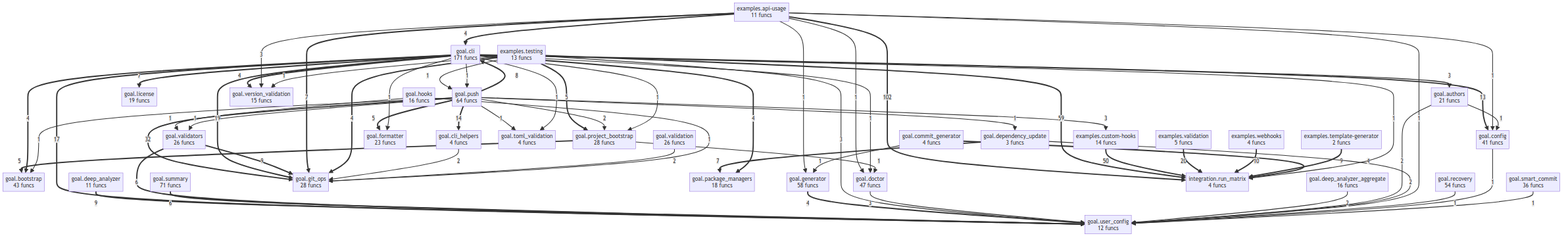
semcod/goal keeps this Mermaid diagram as project/compact_flow.png. Above is the earlier version. Its source is kept beside it as project/compact_flow.mmd.
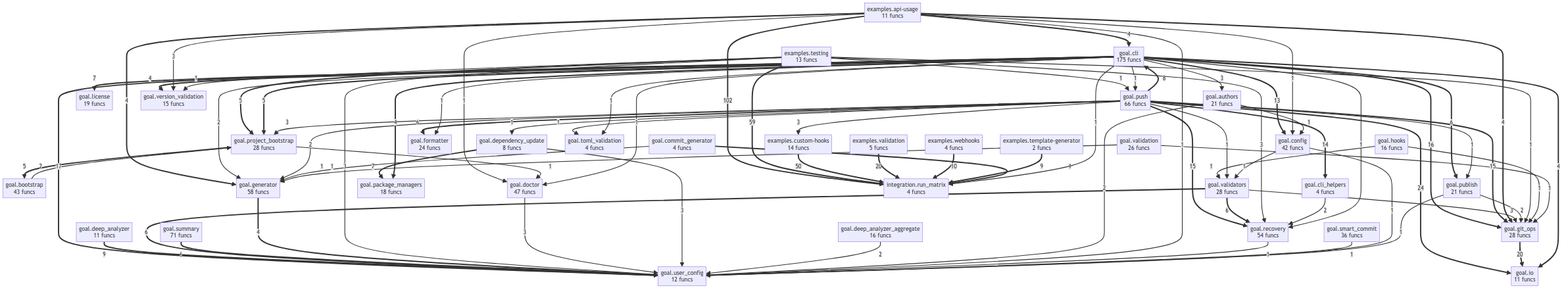
After the change.

Diff of the diagram source:
```diff
@@ -7,77 +7,90 @@
     examples__webhooks["examples.webhooks<br/>4 funcs"]
     goal__authors["goal.authors<br/>21 funcs"]
     goal__bootstrap["goal.bootstrap<br/>43 funcs"]
-    goal__cli["goal.cli<br/>171 funcs"]
+    goal__cli["goal.cli<br/>175 funcs"]
     goal__cli_helpers["goal.cli_helpers<br/>4 funcs"]
     goal__commit_generator["goal.commit_generator<br/>4 funcs"]
-    goal__config["goal.config<br/>41 funcs"]
+    goal__config["goal.config<br/>42 funcs"]
     goal__deep_analyzer["goal.deep_analyzer<br/>11 funcs"]
     goal__deep_analyzer_aggregate["goal.deep_analyzer_aggregate<br/>16 funcs"]
-    goal__dependency_update["goal.dependency_update<br/>3 funcs"]
+    goal__dependency_update["goal.dependency_update<br/>8 funcs"]
     goal__doctor["goal.doctor<br/>47 funcs"]
-    goal__formatter["goal.formatter<br/>23 funcs"]
+    goal__formatter["goal.formatter<br/>24 funcs"]
     goal__generator["goal.generator<br/>58 funcs"]
     goal__git_ops["goal.git_ops<br/>28 funcs"]
     goal__hooks["goal.hooks<br/>16 funcs"]
+    goal__io["goal.io<br/>11 funcs"]
     goal__license["goal.license<br/>19 funcs"]
     goal__package_managers["goal.package_managers<br/>18 funcs"]
     goal__project_bootstrap["goal.project_bootstrap<br/>28 funcs"]
-    goal__push["goal.push<br/>64 funcs"]
+    goal__publish["goal.publish<br/>21 funcs"]
+    goal__push["goal.push<br/>66 funcs"]
     goal__recovery["goal.recovery<br/>54 funcs"]
     goal__smart_commit["goal.smart_commit<br/>36 funcs"]
     goal__summary["goal.summary<br/>71 funcs"]
     goal__toml_validation["goal.toml_validation<br/>4 funcs"]
     goal__user_config["goal.user_config<br/>12 funcs"]
     goal__validation["goal.validation<br/>26 funcs"]
-    goal__validators["goal.validators<br/>26 funcs"]
+    goal__validators["goal.validators<br/>28 funcs"]
     goal__version_validation["goal.version_validation<br/>15 funcs"]
     integration__run_matrix["integration.run_matrix<br/>4 funcs"]
     examples__api_usage ==>|102| integration__run_matrix
     examples__testing ==>|59| integration__run_matrix
     examples__custom_hooks ==>|50| integration__run_matrix
-    goal__push ==>|32| goal__git_ops
+    goal__push ==>|24| goal__io
     examples__validation ==>|20| integration__run_matrix
-    goal__cli ==>|19| goal__git_ops
+    goal__git_ops ==>|20| goal__io
     goal__cli ==>|17| goal__user_config
+    goal__cli ==>|16| goal__git_ops
+    goal__push ==>|15| goal__git_ops
+    goal__push ==>|15| goal__recovery
     goal__push ==>|14| goal__cli_helpers
     goal__cli ==>|13| goal__config
     examples__webhooks ==>|10| integration__run_matrix
     examples__template_generator ==>|9| integration__run_matrix
     goal__deep_analyzer ==>|9| goal__user_config
-    goal__validators ==>|9| goal__git_ops
     goal__push ==>|8| goal__cli
-    examples__api_usage ==>|7| goal__git_ops
     goal__cli ==>|7| goal__license
     goal__dependency_update ==>|7| goal__package_managers
     goal__validators ==>|6| goal__user_config
+    goal__validators ==>|6| goal__recovery
+    goal__push ==>|6| goal__formatter
     goal__summary ==>|6| goal__user_config
+    goal__cli ==>|6| goal__publish
     examples__testing ==>|5| goal__project_bootstrap
-    goal__push ==>|5| goal__formatter
     goal__project_bootstrap ==>|5| goal__bootstrap
+    goal__cli ==>|5| goal__project_bootstrap
     examples__api_usage ==>|4| goal__cli
-    examples__testing ==>|4| goal__git_ops
+    examples__api_usage ==>|4| goal__git_ops
+    examples__api_usage ==>|4| goal__generator
     goal__commit_generator ==>|4| integration__run_matrix
     goal__generator ==>|4| goal__user_config
-    goal__cli ==>|4| goal__bootstrap
+    goal__cli ==>|4| goal__version_validation
     goal__cli ==>|4| goal__package_managers
-    goal__cli ==>|4| goal__version_validation
+    goal__cli ==>|4| goal__io
     examples__api_usage -->|3| goal__version_validation
     examples__testing -->|3| goal__user_config
+    examples__testing -->|3| goal__recovery
     goal__push -->|3| examples__custom_hooks
     goal__cli -->|3| goal__authors
     goal__doctor -->|3| goal__user_config
+    goal__dependency_update -->|3| goal__user_config
+    goal__validators -->|3| goal__git_ops
+    goal__push -->|3| goal__project_bootstrap
     goal__deep_analyzer_aggregate -->|2| goal__user_config
-    goal__cli_helpers -->|2| goal__git_ops
-    goal__validation -->|2| goal__git_ops
+    goal__cli_helpers -->|2| goal__recovery
+    goal__bootstrap -->|2| goal__project_bootstrap
+    goal__cli -->|2| goal__generator
     goal__authors -->|2| goal__user_config
-    goal__dependency_update -->|2| goal__user_config
-    goal__push -->|2| goal__project_bootstrap
+    goal__push -->|2| goal__generator
+    goal__publish -->|2| goal__git_ops
     examples__api_usage -->|1| goal__config
     examples__api_usage -->|1| goal__user_config
     examples__api_usage -->|1| goal__doctor
-    examples__api_usage -->|1| goal__generator
     examples__testing -->|1| goal__version_validation
+    examples__testing -->|1| goal__git_ops
     examples__testing -->|1| goal__push
+    goal__project_bootstrap -->|1| goal__doctor
     goal__cli -->|1| integration__run_matrix
     goal__commit_generator -->|1| goal__generator
     goal__hooks -->|1| goal__git_ops
@@ -85,14 +98,17 @@
     goal__recovery -->|1| goal__user_config
     goal__cli -->|1| goal__doctor
     goal__cli -->|1| goal__formatter
-    goal__cli -->|1| goal__project_bootstrap
-    goal__cli -->|1| goal__push
-    goal__config -->|1| goal__user_config
+    goal__cli -->|1| goal__recovery
+    goal__validation -->|1| goal__git_ops
+    goal__validation -->|1| goal__generator
     goal__smart_commit -->|1| goal__user_config
     goal__authors -->|1| goal__config
-    goal__project_bootstrap -->|1| goal__doctor
     goal__push -->|1| goal__toml_validation
     goal__push -->|1| goal__dependency_update
-    goal__push -->|1| goal__bootstrap
     goal__push -->|1| goal__validators
+    goal__push -->|1| goal__publish
     goal__cli -->|1| goal__toml_validation
+    goal__cli -->|1| goal__push
+    goal__config -->|1| goal__validators
+    goal__config -->|1| goal__user_config
+    goal__publish -->|1| goal__user_config
```
